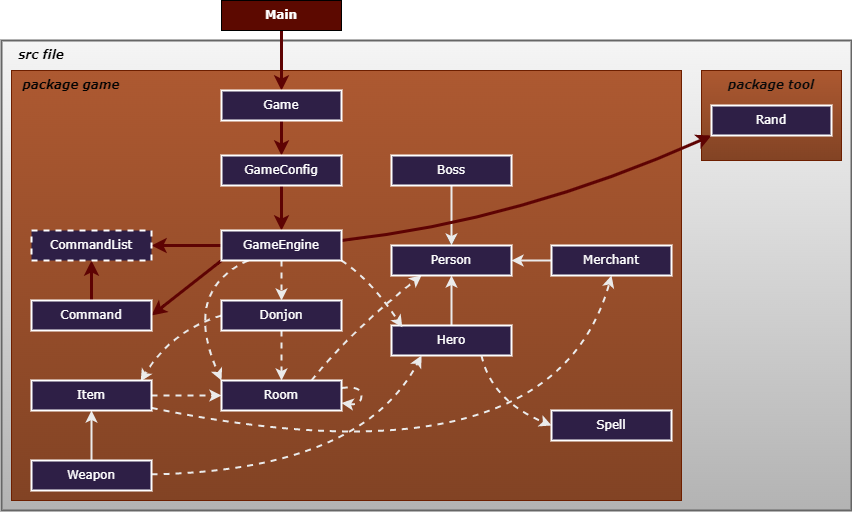
Earlier version of the draw.io export Jeux_RPG/diagram.drawio.png (Vivien-Parsis/Jeux-rpg). Source tidied: cells renumbered, new cells last; positions are measured from the earlier drawing's top-left corner, leaving out a move shared by most shapes.
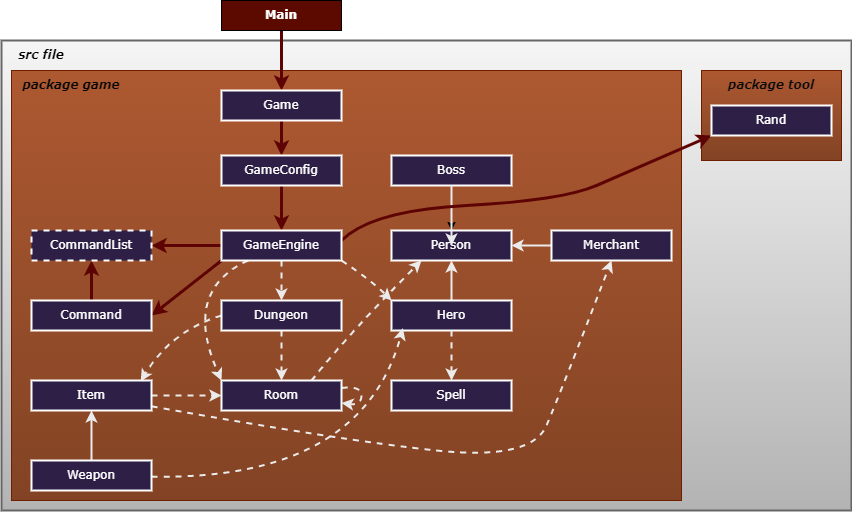
Later version of the same file.

The edit, as a diff of the source:
```diff
@@ -40,23 +40,23 @@
         </Array>
       </mxGeometry>
     </mxCell>
-    <mxCell id="12" value="Donjon" style="rounded=0;whiteSpace=wrap;html=1;fillStyle=auto;fillColor=#2E1F46;fontFamily=Verdana;fontColor=#ffffff;strokeColor=#ffffff;strokeWidth=2;" parent="1" vertex="1">
+    <mxCell id="12" value="Dungeon" style="rounded=0;whiteSpace=wrap;html=1;fillStyle=auto;fillColor=#2E1F46;fontFamily=Verdana;fontColor=#ffffff;strokeColor=#ffffff;strokeWidth=2;" parent="1" vertex="1">
       <mxGeometry x="220" y="300" width="120" height="30" as="geometry" />
     </mxCell>
-    <mxCell id="13" value="Person" style="rounded=0;whiteSpace=wrap;html=1;fillStyle=auto;fillColor=#2E1F46;fontFamily=Verdana;fontColor=#ffffff;" parent="1" vertex="1">
-      <mxGeometry x="390" y="245" width="120" height="30" as="geometry" />
+    <mxCell id="13" value="Person" style="rounded=0;whiteSpace=wrap;html=1;fillStyle=auto;fillColor=#2E1F46;fontFamily=Verdana;fontColor=#ffffff;strokeColor=#ffffff;strokeWidth=2;" parent="1" vertex="1">
+      <mxGeometry x="390" y="230" width="120" height="30" as="geometry" />
     </mxCell>
     <mxCell id="14" style="edgeStyle=none;html=1;fontColor=#FFFAFA;" parent="1" edge="1" source="15" target="13">
       <mxGeometry relative="1" as="geometry" />
     </mxCell>
-    <mxCell id="15" value="Boss" style="rounded=0;whiteSpace=wrap;html=1;fillStyle=auto;fillColor=#2E1F46;fontFamily=Verdana;fontColor=#ffffff;" parent="1" vertex="1">
+    <mxCell id="15" value="Boss" style="rounded=0;whiteSpace=wrap;html=1;fillStyle=auto;fillColor=#2E1F46;fontFamily=Verdana;fontColor=#ffffff;strokeColor=#ffffff;strokeWidth=2;" parent="1" vertex="1">
       <mxGeometry x="390" y="155" width="120" height="30" as="geometry" />
     </mxCell>
     <mxCell id="16" style="edgeStyle=none;html=1;fontColor=#FFFAFA;strokeColor=#EBEBEB;strokeWidth=2;" parent="1" edge="1" source="17" target="13">
       <mxGeometry relative="1" as="geometry" />
     </mxCell>
     <mxCell id="17" value="Hero" style="rounded=0;whiteSpace=wrap;html=1;fillStyle=auto;fillColor=#2E1F46;fontFamily=Verdana;fontColor=#ffffff;strokeColor=#ffffff;strokeWidth=2;" parent="1" vertex="1">
-      <mxGeometry x="390" y="325" width="120" height="30" as="geometry" />
+      <mxGeometry x="390" y="300" width="120" height="30" as="geometry" />
     </mxCell>
     <mxCell id="18" style="edgeStyle=none;html=1;entryX=0;entryY=0.5;entryDx=0;entryDy=0;dashed=1;fontColor=#FFFAFA;strokeColor=#EBEBEB;strokeWidth=2;" parent="1" edge="1" source="20" target="24">
       <mxGeometry relative="1" as="geometry" />
@@ -64,7 +64,9 @@
     <mxCell id="19" style="edgeStyle=none;html=1;entryX=0.5;entryY=1;entryDx=0;entryDy=0;strokeColor=#EBEBEB;fontColor=#FFFAFA;dashed=1;strokeWidth=2;curved=1;" parent="1" edge="1" source="20" target="43">
       <mxGeometry relative="1" as="geometry">
         <Array as="points">
-          <mxPoint x="550" y="490" />
+          <mxPoint x="340" y="440" />
+          <mxPoint x="530" y="460" />
+          <mxPoint x="560" y="390" />
         </Array>
       </mxGeometry>
     </mxCell>
@@ -74,10 +76,10 @@
     <mxCell id="21" style="edgeStyle=none;html=1;fontColor=#FFFAFA;strokeColor=#EBEBEB;strokeWidth=2;" parent="1" edge="1" source="23" target="20">
       <mxGeometry relative="1" as="geometry" />
     </mxCell>
-    <mxCell id="22" style="edgeStyle=none;html=1;entryX=0.25;entryY=1;entryDx=0;entryDy=0;dashed=1;curved=1;fontColor=#FFFAFA;strokeColor=#EBEBEB;strokeWidth=2;" parent="1" edge="1" source="23" target="17">
+    <mxCell id="22" style="edgeStyle=none;html=1;dashed=1;curved=1;fontColor=#FFFAFA;strokeColor=#EBEBEB;strokeWidth=2;entryX=0.095;entryY=0.92;entryDx=0;entryDy=0;entryPerimeter=0;" parent="1" edge="1" source="23" target="17">
       <mxGeometry relative="1" as="geometry">
         <Array as="points">
-          <mxPoint x="360" y="470" />
+          <mxPoint x="360" y="480" />
         </Array>
       </mxGeometry>
     </mxCell>
@@ -90,15 +92,11 @@
     <mxCell id="25" style="edgeStyle=none;curved=1;html=1;dashed=1;fontColor=#FFFAFA;strokeColor=#EBEBEB;strokeWidth=2;" parent="1" edge="1" source="24" target="24">
       <mxGeometry relative="1" as="geometry" />
     </mxCell>
-    <mxCell id="26" style="edgeStyle=none;curved=1;html=1;dashed=1;fontColor=#FFFAFA;strokeColor=#EBEBEB;strokeWidth=2;exitX=0.75;exitY=1;exitDx=0;exitDy=0;entryX=0;entryY=0.5;entryDx=0;entryDy=0;" parent="1" edge="1" source="17" target="27">
-      <mxGeometry relative="1" as="geometry">
-        <Array as="points">
-          <mxPoint x="490" y="400" />
-        </Array>
-      </mxGeometry>
+    <mxCell id="26" style="edgeStyle=none;curved=1;html=1;dashed=1;fontColor=#FFFAFA;strokeColor=#EBEBEB;strokeWidth=2;exitX=0.5;exitY=1;exitDx=0;exitDy=0;entryX=0.5;entryY=0;entryDx=0;entryDy=0;" parent="1" edge="1" source="17" target="27">
+      <mxGeometry relative="1" as="geometry" />
     </mxCell>
     <mxCell id="27" value="Spell" style="rounded=0;whiteSpace=wrap;html=1;fillStyle=auto;fillColor=#2E1F46;fontFamily=Verdana;fontColor=#ffffff;strokeWidth=2;strokeColor=#ffffff;" parent="1" vertex="1">
-      <mxGeometry x="550" y="410" width="120" height="30" as="geometry" />
+      <mxGeometry x="390" y="380" width="120" height="30" as="geometry" />
     </mxCell>
     <mxCell id="28" style="edgeStyle=none;curved=1;html=1;dashed=1;strokeWidth=1;strokeColor=none;dashPattern=1 4;fontColor=#ffffff;" parent="1" edge="1" source="31" target="62">
       <mxGeometry relative="1" as="geometry" />
@@ -140,7 +138,9 @@
     <mxCell id="38" style="edgeStyle=none;html=1;entryX=0;entryY=1;entryDx=0;entryDy=0;strokeColor=#5e0303;curved=1;fontColor=#FFFAFA;strokeWidth=3;exitX=1;exitY=0.333;exitDx=0;exitDy=0;exitPerimeter=0;" parent="1" edge="1" source="62" target="39">
       <mxGeometry relative="1" as="geometry">
         <Array as="points">
-          <mxPoint x="520" y="220" />
+          <mxPoint x="370" y="210" />
+          <mxPoint x="560" y="200" />
+          <mxPoint x="630" y="170" />
         </Array>
       </mxGeometry>
     </mxCell>
@@ -157,11 +157,10 @@
       <mxGeometry relative="1" as="geometry" />
     </mxCell>
     <mxCell id="43" value="Merchant" style="rounded=0;whiteSpace=wrap;html=1;fillStyle=auto;fillColor=#2E1F46;fontFamily=Verdana;fontColor=#ffffff;strokeWidth=2;strokeColor=#ffffff;" parent="1" vertex="1">
-      <mxGeometry x="550" y="245" width="120" height="30" as="geometry" />
+      <mxGeometry x="550" y="230" width="120" height="30" as="geometry" />
     </mxCell>
-    <mxCell id="44" style="edgeStyle=none;html=1;entryX=0.09;entryY=0.06;entryDx=0;entryDy=0;dashed=1;curved=1;fontColor=#FFFAFA;strokeColor=#EBEBEB;strokeWidth=2;entryPerimeter=0;exitX=1;exitY=1;exitDx=0;exitDy=0;" parent="1" edge="1" source="62">
+    <mxCell id="44" style="edgeStyle=none;html=1;entryX=0;entryY=0;entryDx=0;entryDy=0;dashed=1;curved=1;fontColor=#FFFAFA;strokeColor=#EBEBEB;strokeWidth=2;exitX=1;exitY=1;exitDx=0;exitDy=0;" parent="1" edge="1" source="62" target="17">
       <mxGeometry relative="1" as="geometry">
-        <mxPoint x="400.8" y="326.8" as="targetPoint" />
         <Array as="points">
           <mxPoint x="370" y="280" />
         </Array>
@@ -182,12 +181,6 @@
     <mxCell id="49" value="Game" style="rounded=0;whiteSpace=wrap;html=1;fillStyle=auto;fillColor=#2E1F46;fontFamily=Verdana;fontColor=#ffffff;strokeColor=#C9C9C9;" parent="1" vertex="1">
       <mxGeometry x="220" y="90" width="120" height="30" as="geometry" />
     </mxCell>
-    <mxCell id="50" value="Boss" style="rounded=0;whiteSpace=wrap;html=1;fillStyle=auto;fillColor=#2E1F46;fontFamily=Verdana;fontColor=#ffffff;" parent="1" vertex="1">
-      <mxGeometry x="390" y="155" width="120" height="30" as="geometry" />
-    </mxCell>
-    <mxCell id="51" value="Person" style="rounded=0;whiteSpace=wrap;html=1;fillStyle=auto;fillColor=#2E1F46;fontFamily=Verdana;fontColor=#ffffff;" parent="1" vertex="1">
-      <mxGeometry x="390" y="245" width="120" height="30" as="geometry" />
-    </mxCell>
     <mxCell id="52" value="Command" style="rounded=0;whiteSpace=wrap;html=1;fillStyle=auto;fillColor=#2E1F46;fontFamily=Verdana;fontColor=#ffffff;strokeWidth=2;strokeColor=#ffffff;" parent="1" vertex="1">
       <mxGeometry x="30" y="300" width="120" height="30" as="geometry" />
     </mxCell>
@@ -209,12 +202,6 @@
     <mxCell id="58" value="Game" style="rounded=0;whiteSpace=wrap;html=1;fillStyle=auto;fillColor=#2E1F46;fontFamily=Verdana;fontColor=#ffffff;strokeColor=#ffffff;strokeWidth=2;" parent="1" vertex="1">
       <mxGeometry x="220" y="90" width="120" height="30" as="geometry" />
     </mxCell>
-    <mxCell id="59" value="Boss" style="rounded=0;whiteSpace=wrap;html=1;fillStyle=auto;fillColor=#2E1F46;fontFamily=Verdana;fontColor=#ffffff;strokeWidth=2;strokeColor=#ffffff;" parent="1" vertex="1">
-      <mxGeometry x="390" y="155" width="120" height="30" as="geometry" />
-    </mxCell>
-    <mxCell id="60" value="Person" style="rounded=0;whiteSpace=wrap;html=1;fillStyle=auto;fillColor=#2E1F46;fontFamily=Verdana;fontColor=#ffffff;strokeWidth=2;strokeColor=#ffffff;" parent="1" vertex="1">
-      <mxGeometry x="390" y="245" width="120" height="30" as="geometry" />
-    </mxCell>
     <mxCell id="61" style="edgeStyle=none;html=1;dashed=1;fontColor=#ffffff;strokeColor=#EBEBEB;strokeWidth=2;entryX=0.5;entryY=0;entryDx=0;entryDy=0;endArrow=none;" parent="1" edge="1" target="62">
       <mxGeometry relative="1" as="geometry">
         <mxPoint x="280" y="250" as="sourcePoint" />
```
